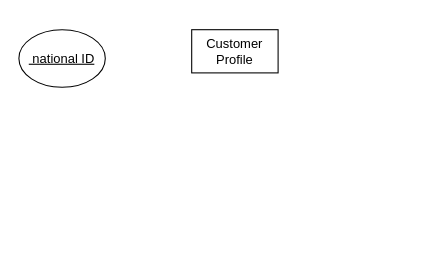
Above: Untitled Diagram.drawio in Blaze-trio/Blaze-trio.github.io (draw.io), before the change. Source tidied: cells renumbered, new cells numbered last; positions are measured from the earlier drawing's top-left corner, leaving out a move shared by most shapes. Both pictures are drawn from the tidied source at 108%, with x=0, y=0 at pixel (18, 29).
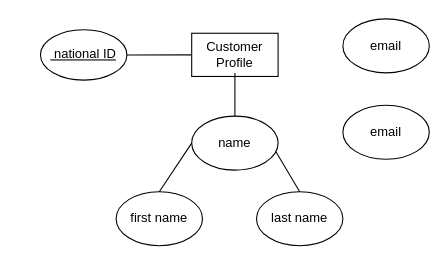
The same page after the edit.

The edit, as a diff of the source:
```diff
@@
 <mxGraphModel>
   <root>
     <mxCell id="0" />
     <mxCell id="1" parent="0" />
     <mxCell id="2" value="Customer Profile" style="rounded=0;whiteSpace=wrap;html=1;" parent="1" vertex="1">
-      <mxGeometry x="160" width="80" height="40" as="geometry" />
+      <mxGeometry x="160" y="3.3" width="80" height="40" as="geometry" />
     </mxCell>
     <mxCell id="3" value="&lt;u&gt;&amp;nbsp;national ID&lt;br&gt;&lt;/u&gt;" style="ellipse;whiteSpace=wrap;html=1;" parent="1" vertex="1">
-      <mxGeometry width="80" height="53.3" as="geometry" />
+      <mxGeometry x="20" width="80" height="46.7" as="geometry" />
     </mxCell>
+    <mxCell id="4" value="&lt;div&gt;first name&lt;/div&gt;" style="ellipse;whiteSpace=wrap;html=1;" parent="1" vertex="1">
+      <mxGeometry x="90" y="150" width="80" height="50" as="geometry" />
+    </mxCell>
+    <mxCell id="5" value="&lt;div&gt;name&lt;/div&gt;" style="ellipse;whiteSpace=wrap;html=1;" parent="1" vertex="1">
+      <mxGeometry x="160" y="80" width="80" height="50" as="geometry" />
+    </mxCell>
+    <mxCell id="6" value="&lt;div&gt;last name&lt;/div&gt;" style="ellipse;whiteSpace=wrap;html=1;" parent="1" vertex="1">
+      <mxGeometry x="220" y="150" width="80" height="50" as="geometry" />
+    </mxCell>
+    <mxCell id="7" style="endArrow=none;html=1;rounded=0;" parent="1" edge="1">
+      <mxGeometry relative="1" as="geometry">
+        <mxPoint x="200" y="80" as="sourcePoint" />
+        <mxPoint x="200" y="40" as="targetPoint" />
+      </mxGeometry>
+    </mxCell>
+    <mxCell id="8" style="endArrow=none;html=1;rounded=0;exitX=0.5;exitY=0;exitDx=0;exitDy=0;entryX=0;entryY=0.5;entryDx=0;entryDy=0;" parent="1" edge="1" source="4" target="5">
+      <mxGeometry relative="1" as="geometry" />
+    </mxCell>
+    <mxCell id="9" style="endArrow=none;html=1;rounded=0;entryX=0.975;entryY=0.66;entryDx=0;entryDy=0;entryPerimeter=0;exitX=0.5;exitY=0;exitDx=0;exitDy=0;" parent="1" edge="1" source="6" target="5">
+      <mxGeometry relative="1" as="geometry" />
+    </mxCell>
+    <mxCell id="10" style="endArrow=none;html=1;rounded=0;exitX=1;exitY=0.5;exitDx=0;exitDy=0;entryX=0;entryY=0.5;entryDx=0;entryDy=0;" parent="1" edge="1" source="3" target="2">
+      <mxGeometry relative="1" as="geometry" />
+    </mxCell>
+    <mxCell id="11" value="email" style="ellipse;whiteSpace=wrap;html=1;" parent="1" vertex="1">
+      <mxGeometry x="300" y="-10" width="80" height="50" as="geometry" />
+    </mxCell>
+    <mxCell id="12" value="email" style="ellipse;whiteSpace=wrap;html=1;" parent="1" vertex="1">
+      <mxGeometry x="300" y="70" width="80" height="50" as="geometry" />
+    </mxCell>
   </root>
 </mxGraphModel>
```
